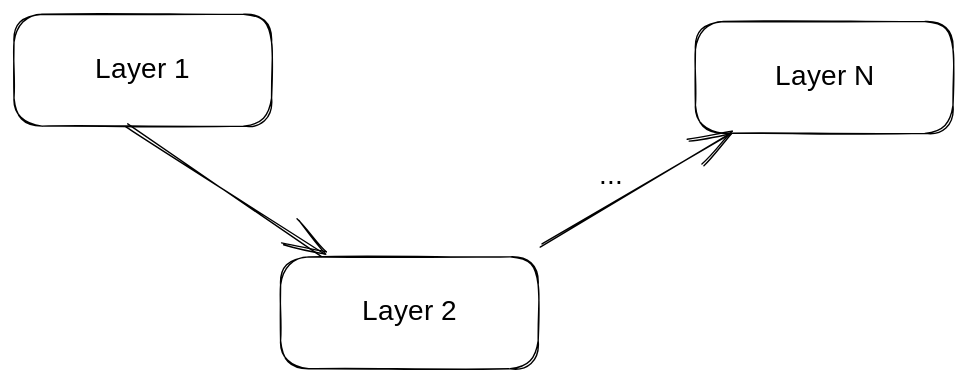
Junnyjun/junlog keeps this Excalidraw diagram as .gitbook/assets/file.excalidraw (23).svg. Above is the earlier version. Source tidied: one line per element, renumbered; positions are measured from the earlier drawing's top-left corner, leaving out a move shared by most shapes. Its diagram source:
```json
{"id": 0, "type": "rectangle", "strokeColor": "#000000", "strokeWidth": 1, "roughness": 1, "round": true, "x": 0, "y": 0, "width": 184, "height": 80}
{"id": 1, "type": "text", "text": "Layer 1", "strokeColor": "#000000", "strokeWidth": 1, "roughness": 1, "fontSize": 20, "fontFamily": 1, "textAlign": "center", "verticalAlign": "middle", "inside": 0, "x": 57, "y": 28, "width": 70, "height": 25}
{"id": 2, "type": "rectangle", "strokeColor": "#000000", "strokeWidth": 1, "roughness": 1, "round": true, "x": 190, "y": 173, "width": 184, "height": 80}
{"id": 3, "type": "text", "text": "Layer 2", "strokeColor": "#000000", "strokeWidth": 1, "roughness": 1, "fontSize": 20, "fontFamily": 1, "textAlign": "center", "verticalAlign": "middle", "inside": 2, "x": 243, "y": 201, "width": 78, "height": 25}
{"id": 4, "type": "arrow", "strokeColor": "#000000", "strokeWidth": 1, "roughness": 1, "endArrowhead": "arrow", "round": true, "to": 2, "x": 81, "y": 79, "width": 139, "height": 93, "points": [[0, 0], [139, 93]]}
{"id": 5, "type": "rectangle", "strokeColor": "#000000", "strokeWidth": 1, "roughness": 1, "round": true, "x": 487, "y": 5, "width": 184, "height": 80}
{"id": 6, "type": "text", "text": "Layer N", "strokeColor": "#000000", "strokeWidth": 1, "roughness": 1, "fontSize": 20, "fontFamily": 1, "textAlign": "center", "verticalAlign": "middle", "inside": 5, "x": 540, "y": 33, "width": 77, "height": 25}
{"id": 7, "type": "arrow", "strokeColor": "#000000", "strokeWidth": 1, "roughness": 1, "endArrowhead": "arrow", "round": true, "from": 2, "to": 5, "x": 377, "y": 165, "width": 133, "height": 79, "points": [[0, 0], [133, -79]]}
{"id": 8, "type": "text", "text": "...", "strokeColor": "#000000", "strokeWidth": 1, "roughness": 1, "fontSize": 20, "fontFamily": 1, "x": 418, "y": 103, "width": 16, "height": 25}
```
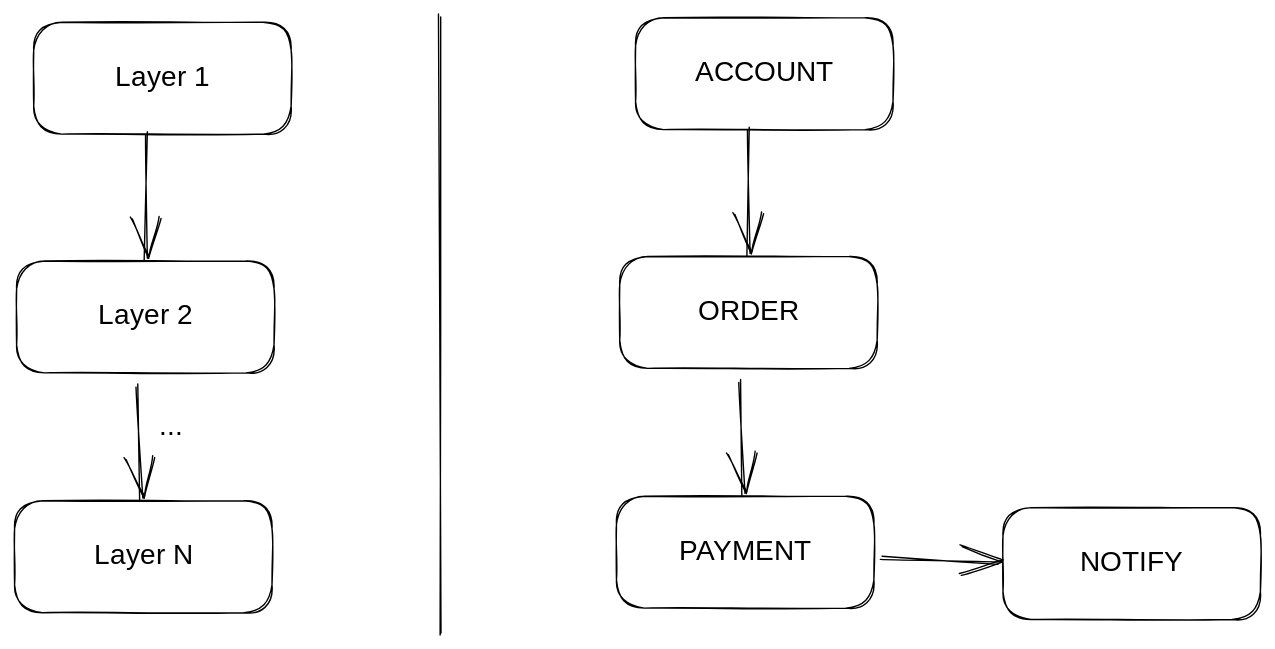
The same file after the commit.

Change to the diagram source:
```diff
@@ -1,9 +1,21 @@
 {"id": 0, "type": "rectangle", "strokeColor": "#000000", "strokeWidth": 1, "roughness": 1, "round": true, "x": 0, "y": 0, "width": 184, "height": 80}
 {"id": 1, "type": "text", "text": "Layer 1", "strokeColor": "#000000", "strokeWidth": 1, "roughness": 1, "fontSize": 20, "fontFamily": 1, "textAlign": "center", "verticalAlign": "middle", "inside": 0, "x": 57, "y": 28, "width": 70, "height": 25}
-{"id": 2, "type": "rectangle", "strokeColor": "#000000", "strokeWidth": 1, "roughness": 1, "round": true, "x": 190, "y": 173, "width": 184, "height": 80}
+{"id": 2, "type": "rectangle", "strokeColor": "#000000", "strokeWidth": 1, "roughness": 1, "round": true, "x": -12, "y": 171, "width": 184, "height": 80}
-{"id": 3, "type": "text", "text": "Layer 2", "strokeColor": "#000000", "strokeWidth": 1, "roughness": 1, "fontSize": 20, "fontFamily": 1, "textAlign": "center", "verticalAlign": "middle", "inside": 2, "x": 243, "y": 201, "width": 78, "height": 25}
+{"id": 3, "type": "text", "text": "Layer 2", "strokeColor": "#000000", "strokeWidth": 1, "roughness": 1, "fontSize": 20, "fontFamily": 1, "textAlign": "center", "verticalAlign": "middle", "inside": 2, "x": 41, "y": 198, "width": 78, "height": 25}
-{"id": 4, "type": "arrow", "strokeColor": "#000000", "strokeWidth": 1, "roughness": 1, "endArrowhead": "arrow", "round": true, "to": 2, "x": 81, "y": 79, "width": 139, "height": 93, "points": [[0, 0], [139, 93]]}
+{"id": 4, "type": "arrow", "strokeColor": "#000000", "strokeWidth": 1, "roughness": 1, "endArrowhead": "arrow", "round": true, "to": 2, "x": 81, "y": 79, "width": 1, "height": 91, "points": [[0, 0], [-1, 91]]}
-{"id": 5, "type": "rectangle", "strokeColor": "#000000", "strokeWidth": 1, "roughness": 1, "round": true, "x": 487, "y": 5, "width": 184, "height": 80}
+{"id": 5, "type": "rectangle", "strokeColor": "#000000", "strokeWidth": 1, "roughness": 1, "round": true, "x": -14, "y": 342, "width": 184, "height": 80}
-{"id": 6, "type": "text", "text": "Layer N", "strokeColor": "#000000", "strokeWidth": 1, "roughness": 1, "fontSize": 20, "fontFamily": 1, "textAlign": "center", "verticalAlign": "middle", "inside": 5, "x": 540, "y": 33, "width": 77, "height": 25}
+{"id": 6, "type": "text", "text": "Layer N", "strokeColor": "#000000", "strokeWidth": 1, "roughness": 1, "fontSize": 20, "fontFamily": 1, "textAlign": "center", "verticalAlign": "middle", "inside": 5, "x": 40, "y": 370, "width": 77, "height": 25}
-{"id": 7, "type": "arrow", "strokeColor": "#000000", "strokeWidth": 1, "roughness": 1, "endArrowhead": "arrow", "round": true, "from": 2, "to": 5, "x": 377, "y": 165, "width": 133, "height": 79, "points": [[0, 0], [133, -79]]}
+{"id": 7, "type": "arrow", "strokeColor": "#000000", "strokeWidth": 1, "roughness": 1, "endArrowhead": "arrow", "round": true, "from": 2, "to": 5, "x": 74, "y": 259, "width": 2, "height": 82, "points": [[0, 0], [2, 82]]}
-{"id": 8, "type": "text", "text": "...", "strokeColor": "#000000", "strokeWidth": 1, "roughness": 1, "fontSize": 20, "fontFamily": 1, "x": 418, "y": 103, "width": 16, "height": 25}
+{"id": 8, "type": "text", "text": "...", "strokeColor": "#000000", "strokeWidth": 1, "roughness": 1, "fontSize": 20, "fontFamily": 1, "x": 90, "y": 277, "width": 16, "height": 25}
+{"id": 9, "type": "line", "strokeColor": "#000000", "strokeWidth": 1, "roughness": 1, "round": true, "x": 290, "y": -5, "width": 0, "height": 442, "points": [[0, 0], [0, 442]]}
+{"id": 10, "type": "rectangle", "strokeColor": "#000000", "strokeWidth": 1, "roughness": 1, "round": true, "x": 430, "y": -3, "width": 184, "height": 80}
+{"id": 11, "type": "text", "text": "ACCOUNT", "strokeColor": "#000000", "strokeWidth": 1, "roughness": 1, "fontSize": 20, "fontFamily": 1, "textAlign": "center", "verticalAlign": "middle", "inside": 10, "x": 474, "y": 24, "width": 97, "height": 25}
+{"id": 12, "type": "rectangle", "strokeColor": "#000000", "strokeWidth": 1, "roughness": 1, "round": true, "x": 419, "y": 167, "width": 184, "height": 80}
+{"id": 13, "type": "text", "text": "ORDER", "strokeColor": "#000000", "strokeWidth": 1, "roughness": 1, "fontSize": 20, "fontFamily": 1, "textAlign": "center", "verticalAlign": "middle", "inside": 12, "x": 476, "y": 195, "width": 71, "height": 25}
+{"id": 14, "type": "arrow", "strokeColor": "#000000", "strokeWidth": 1, "roughness": 1, "endArrowhead": "arrow", "round": true, "to": 12, "x": 511, "y": 76, "width": 1, "height": 91, "points": [[0, 0], [-1, 91]]}
+{"id": 15, "type": "rectangle", "strokeColor": "#000000", "strokeWidth": 1, "roughness": 1, "round": true, "x": 417, "y": 339, "width": 184, "height": 80}
+{"id": 16, "type": "text", "text": "PAYMENT", "strokeColor": "#000000", "strokeWidth": 1, "roughness": 1, "fontSize": 20, "fontFamily": 1, "textAlign": "center", "verticalAlign": "middle", "inside": 15, "x": 461, "y": 366, "width": 94, "height": 25}
+{"id": 17, "type": "arrow", "strokeColor": "#000000", "strokeWidth": 1, "roughness": 1, "endArrowhead": "arrow", "round": true, "from": 12, "to": 15, "x": 505, "y": 256, "width": 2, "height": 82, "points": [[0, 0], [2, 82]]}
+{"id": 18, "type": "rectangle", "strokeColor": "#000000", "strokeWidth": 1, "roughness": 1, "round": true, "x": 693, "y": 347, "width": 184, "height": 80}
+{"id": 19, "type": "text", "text": "NOTIFY", "strokeColor": "#000000", "strokeWidth": 1, "roughness": 1, "fontSize": 20, "fontFamily": 1, "textAlign": "center", "verticalAlign": "middle", "inside": 18, "x": 747, "y": 374, "width": 76, "height": 25}
+{"id": 20, "type": "arrow", "strokeColor": "#000000", "strokeWidth": 1, "roughness": 1, "endArrowhead": "arrow", "round": true, "from": 15, "to": 18, "x": 606, "y": 383, "width": 84, "height": 4, "points": [[0, 0], [84, 4]]}
```
